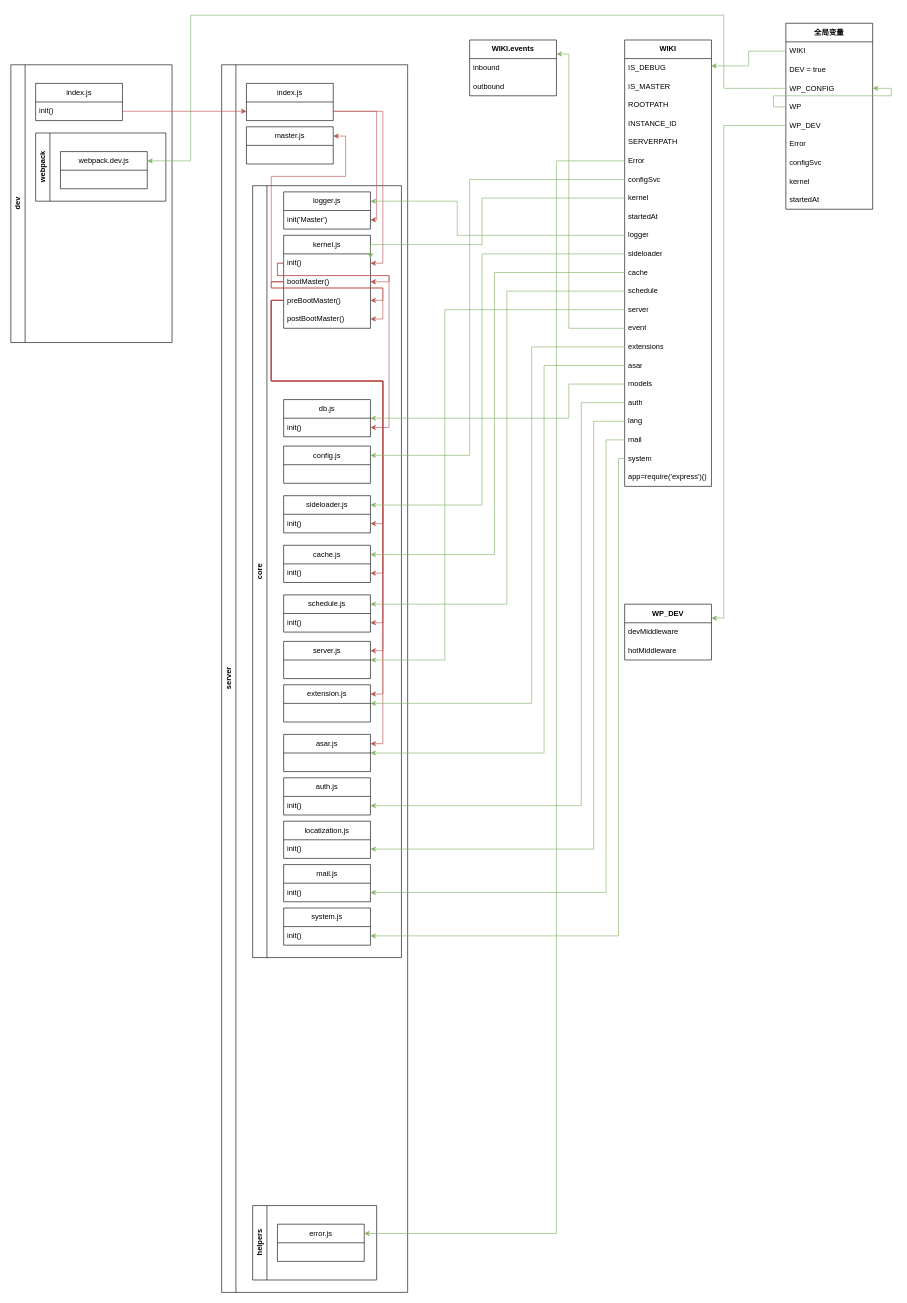
fzo-China/leranGit keeps this draw.io diagram as wiki.drawio. Above is the earlier version. Source tidied: cells renumbered, new cells numbered last; positions are measured from the earlier drawing's top-left corner, leaving out a move shared by most shapes. Both pictures are drawn from the tidied source at 62%, with x=0, y=0 at pixel (11, 15).
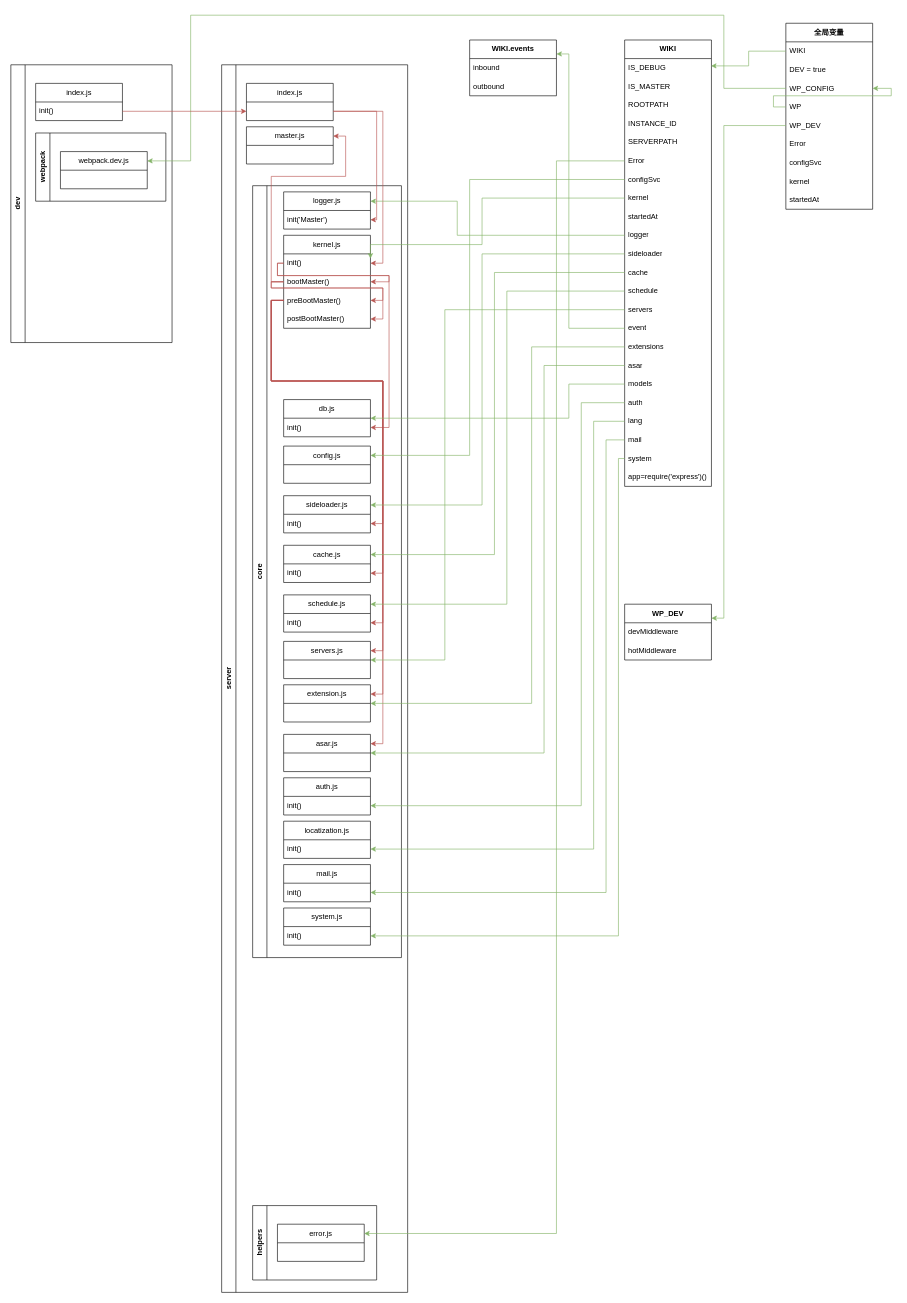
The same diagram, later.

The change refers to these unchanged cells:
```xml
<mxCell id="9" value="core" style="swimlane;horizontal=0;whiteSpace=wrap;html=1;" parent="7" vertex="1">
  <mxGeometry x="50" y="195" width="240" height="1245" as="geometry" />
</mxCell>
<mxCell id="54" value="&lt;b style=&quot;text-align: left;&quot;&gt;WIKI&lt;/b&gt;" style="swimlane;fontStyle=0;horizontal=1;startSize=30;whiteSpace=wrap;html=1;" parent="1" vertex="1">
  <mxGeometry x="990" y="40" width="140" height="720" as="geometry" />
</mxCell>
```

What changed in the source:
```diff
@@
-    <mxCell id="32" value="server.js" style="swimlane;fontStyle=0;horizontal=1;startSize=30;whiteSpace=wrap;html=1;" parent="9" vertex="1">
+    <mxCell id="32" value="servers.js" style="swimlane;fontStyle=0;horizontal=1;startSize=30;whiteSpace=wrap;html=1;" parent="9" vertex="1">
       <mxGeometry x="50" y="735" width="140" height="60" as="geometry" />
     </mxCell>
@@
-    <mxCell id="68" value="server" style="text;strokeColor=none;fillColor=none;align=left;verticalAlign=middle;spacingLeft=4;spacingRight=4;overflow=hidden;points=[[0,0.5],[1,0.5]];portConstraint=eastwest;whiteSpace=wrap;html=1;" parent="54" vertex="1">
+    <mxCell id="68" value="servers" style="text;strokeColor=none;fillColor=none;align=left;verticalAlign=middle;spacingLeft=4;spacingRight=4;overflow=hidden;points=[[0,0.5],[1,0.5]];portConstraint=eastwest;whiteSpace=wrap;html=1;" parent="54" vertex="1">
       <mxGeometry y="420" width="140" height="30" as="geometry" />
     </mxCell>
```
